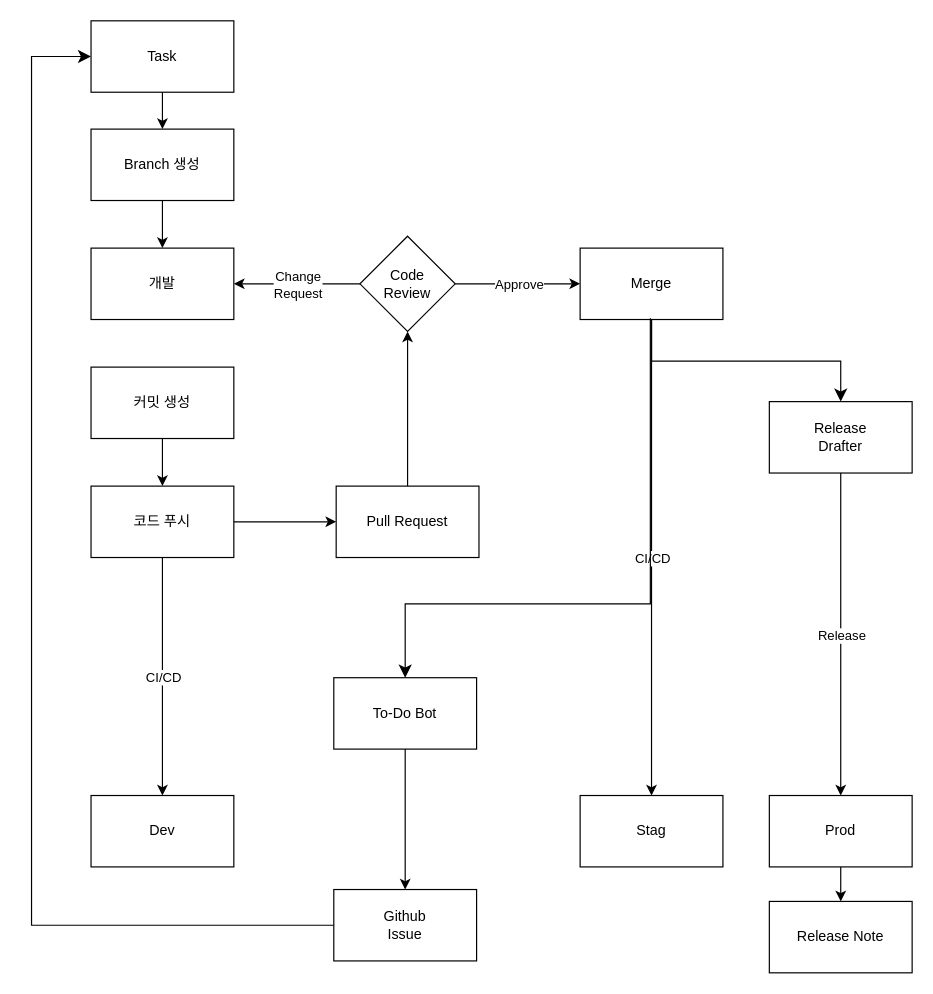
Above: 제목 없는 다이어그램.drawio in JeremyDev87/JeremyDev87 (draw.io), before the change. Source tidied: cells renumbered, new cells numbered last; positions are measured from the earlier drawing's top-left corner, leaving out a move shared by most shapes. Both pictures are drawn from the tidied source at 119%, with x=0, y=0 at pixel (31, 20).
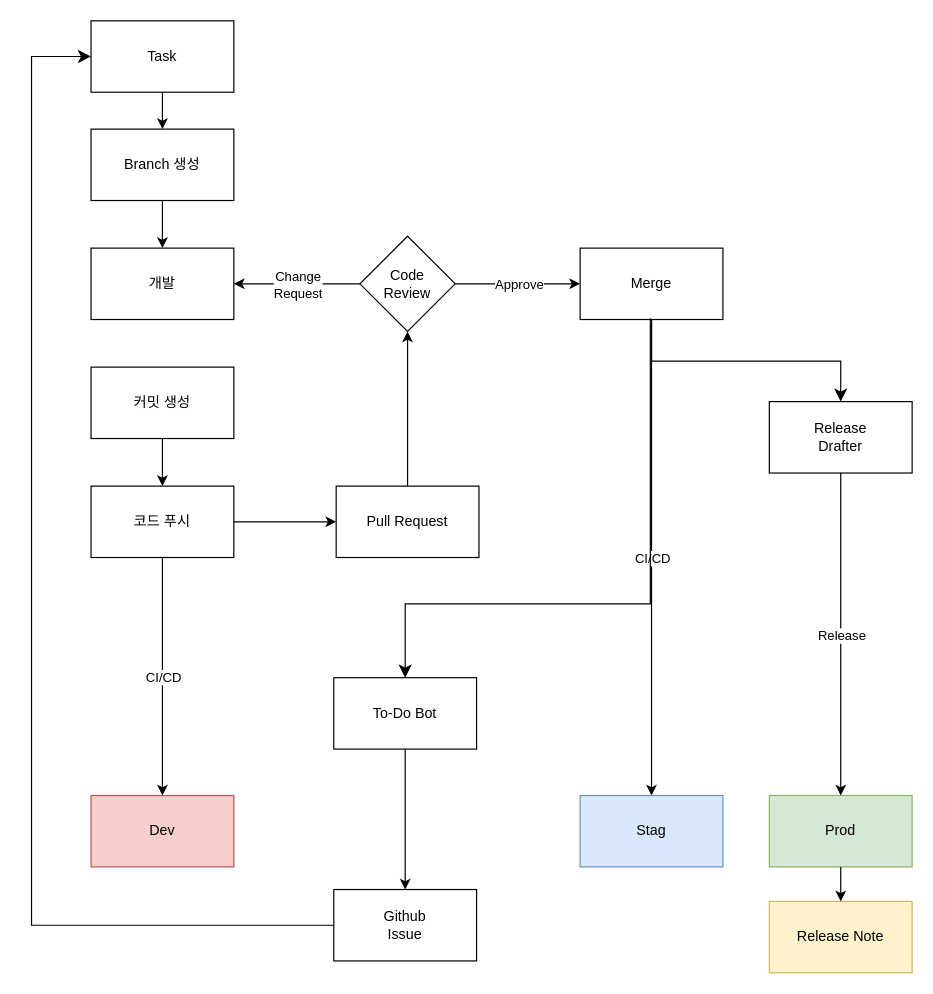
The same page after the edit.

Commit message:
제목 없는 다이어그램.drawio 업데이트

Change to the diagram source:
```diff
@@
-    <mxCell id="16" value="Dev" style="rounded=0;whiteSpace=wrap;html=1;" parent="1" vertex="1">
+    <mxCell id="16" value="Dev" style="rounded=0;whiteSpace=wrap;html=1;fillColor=#f8cecc;strokeColor=#b85450;" parent="1" vertex="1">
       <mxGeometry x="50" y="651" width="120" height="60" as="geometry" />
     </mxCell>
@@
-    <mxCell id="21" value="Stag" style="rounded=0;whiteSpace=wrap;html=1;" parent="1" vertex="1">
+    <mxCell id="21" value="Stag" style="rounded=0;whiteSpace=wrap;html=1;fillColor=#dae8fc;strokeColor=#6c8ebf;" parent="1" vertex="1">
       <mxGeometry x="461" y="651" width="120" height="60" as="geometry" />
     </mxCell>
@@
-    <mxCell id="32" value="Prod" style="rounded=0;whiteSpace=wrap;html=1;" parent="1" vertex="1">
+    <mxCell id="32" value="Prod" style="rounded=0;whiteSpace=wrap;html=1;fillColor=#d5e8d4;strokeColor=#82b366;" parent="1" vertex="1">
       <mxGeometry x="620" y="651" width="120" height="60" as="geometry" />
     </mxCell>
@@
-    <mxCell id="35" value="Release Note" style="rounded=0;whiteSpace=wrap;html=1;" parent="1" vertex="1">
+    <mxCell id="35" value="Release Note" style="rounded=0;whiteSpace=wrap;html=1;fillColor=#fff2cc;strokeColor=#d6b656;" parent="1" vertex="1">
       <mxGeometry x="620" y="740" width="120" height="60" as="geometry" />
     </mxCell>
```
